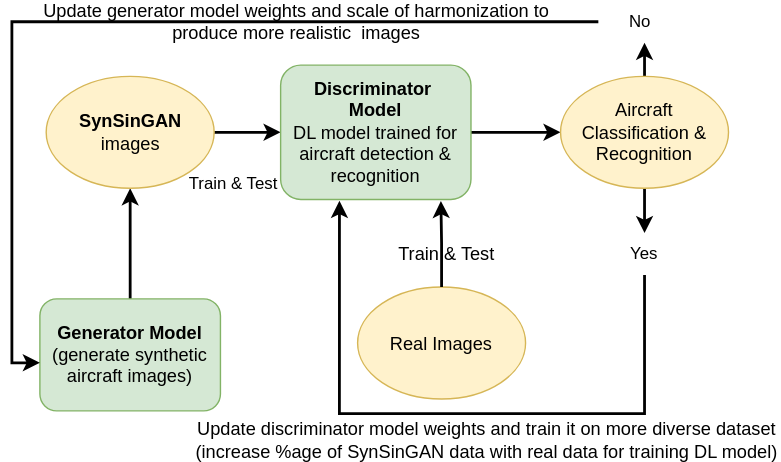
Faryalaurooj/Super-Resolution-using-Single-Image-GAN keeps this draw.io diagram as flowdiagram.svg. Above is the earlier version. Source tidied: cells renumbered, new cells last; positions are measured from the earlier drawing's top-left corner, leaving out a move shared by most shapes.
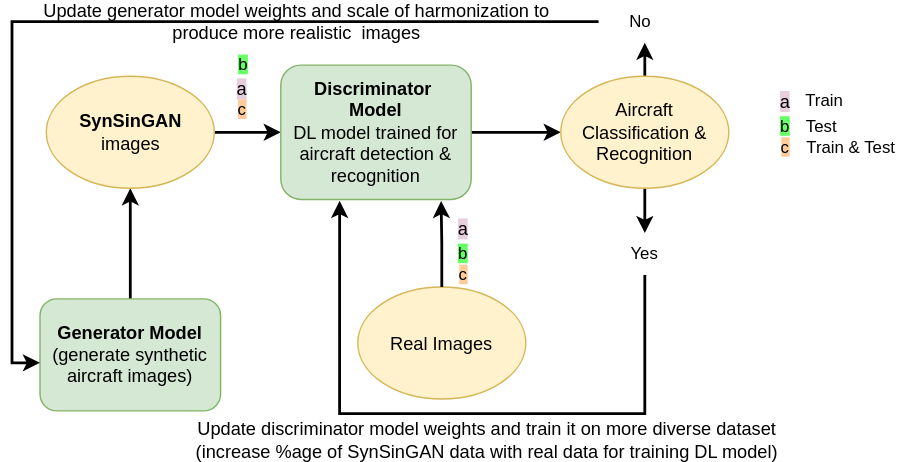
Later version of the same file.

Change to the diagram source:
```diff
@@ -2,63 +2,63 @@
   <root>
     <mxCell id="0" />
     <mxCell id="1" parent="0" />
+    <mxCell id="21" style="group;" parent="1" vertex="1">
+      <mxGeometry width="632" height="329" as="geometry" />
+    </mxCell>
-    <mxCell id="2" style="edgeStyle=orthogonalEdgeStyle;rounded=0;jettySize=auto;html=1;exitX=0.5;exitY=0;exitDx=0;exitDy=0;entryX=0.5;entryY=1;entryDx=0;entryDy=0;strokeWidth=2;" parent="1" edge="1" source="3" target="5">
+    <mxCell id="2" style="edgeStyle=orthogonalEdgeStyle;rounded=0;jettySize=auto;html=1;exitX=0.5;exitY=0;exitDx=0;exitDy=0;entryX=0.5;entryY=1;entryDx=0;entryDy=0;strokeWidth=2;" parent="21" edge="1" source="3" target="5">
       <mxGeometry relative="1" as="geometry" />
     </mxCell>
-    <mxCell id="3" value="&lt;div style=&quot;font-size: 13px;&quot;&gt;&lt;font style=&quot;font-size: 13px;&quot;&gt;&lt;b&gt;Generator Model&lt;/b&gt;&lt;/font&gt;&lt;/div&gt;&lt;div style=&quot;font-size: 13px;&quot;&gt;&lt;font style=&quot;font-size: 13px;&quot;&gt;(generate synthetic aircraft images)&lt;/font&gt;&lt;br&gt;&lt;/div&gt;" style="rounded=1;whiteSpace=wrap;html=1;fillColor=#d5e8d4;strokeColor=#82b366;" parent="1" vertex="1">
+    <mxCell id="3" value="&lt;div style=&quot;font-size: 13px;&quot;&gt;&lt;font style=&quot;font-size: 13px;&quot;&gt;&lt;b&gt;Generator Model&lt;/b&gt;&lt;/font&gt;&lt;/div&gt;&lt;div style=&quot;font-size: 13px;&quot;&gt;&lt;font style=&quot;font-size: 13px;&quot;&gt;(generate synthetic aircraft images)&lt;/font&gt;&lt;br&gt;&lt;/div&gt;" style="rounded=1;whiteSpace=wrap;html=1;fillColor=#d5e8d4;strokeColor=#82b366;" parent="21" vertex="1">
       <mxGeometry x="13" y="213" width="129" height="80" as="geometry" />
     </mxCell>
-    <mxCell id="4" style="edgeStyle=orthogonalEdgeStyle;rounded=0;jettySize=auto;html=1;strokeWidth=2;" parent="1" edge="1" source="5" target="7">
+    <mxCell id="4" style="edgeStyle=orthogonalEdgeStyle;rounded=0;jettySize=auto;html=1;strokeWidth=2;" parent="21" edge="1" source="5" target="7">
       <mxGeometry relative="1" as="geometry" />
     </mxCell>
-    <mxCell id="5" value="&lt;font style=&quot;font-size: 13px;&quot;&gt;&lt;b&gt;SynSinGAN&lt;/b&gt; images&lt;/font&gt;" style="ellipse;whiteSpace=wrap;html=1;fillColor=#fff2cc;strokeColor=#d6b656;" parent="1" vertex="1">
+    <mxCell id="5" value="&lt;font style=&quot;font-size: 13px;&quot;&gt;&lt;b&gt;SynSinGAN&lt;/b&gt; images&lt;/font&gt;" style="ellipse;whiteSpace=wrap;html=1;fillColor=#fff2cc;strokeColor=#d6b656;" parent="21" vertex="1">
       <mxGeometry x="17.5" y="54" width="120" height="80" as="geometry" />
     </mxCell>
-    <mxCell id="6" style="edgeStyle=orthogonalEdgeStyle;rounded=0;jettySize=auto;html=1;entryX=0;entryY=0.5;entryDx=0;entryDy=0;strokeWidth=2;" parent="1" edge="1" source="7" target="11">
+    <mxCell id="6" style="edgeStyle=orthogonalEdgeStyle;rounded=0;jettySize=auto;html=1;entryX=0;entryY=0.5;entryDx=0;entryDy=0;strokeWidth=2;" parent="21" edge="1" source="7" target="11">
       <mxGeometry relative="1" as="geometry" />
     </mxCell>
-    <mxCell id="7" value="&lt;div style=&quot;font-size: 13px;&quot;&gt;&lt;b&gt;&lt;font style=&quot;font-size: 13px;&quot;&gt;Discriminator&amp;nbsp;&lt;/font&gt;&lt;/b&gt;&lt;/div&gt;&lt;div style=&quot;font-size: 13px;&quot;&gt;&lt;b&gt;&lt;font style=&quot;font-size: 13px;&quot;&gt;Model&lt;/font&gt;&lt;/b&gt;&lt;/div&gt;&lt;div style=&quot;font-size: 13px;&quot;&gt;&lt;font style=&quot;font-size: 13px;&quot;&gt;DL model trained for aircraft detection &amp;amp; recognition&lt;/font&gt;&lt;b&gt;&lt;font style=&quot;font-size: 13px;&quot;&gt;&lt;br&gt;&lt;/font&gt;&lt;/b&gt;&lt;/div&gt;" style="rounded=1;whiteSpace=wrap;html=1;fillColor=#d5e8d4;strokeColor=#82b366;" parent="1" vertex="1">
+    <mxCell id="7" value="&lt;div style=&quot;font-size: 13px;&quot;&gt;&lt;b&gt;&lt;font style=&quot;font-size: 13px;&quot;&gt;Discriminator&amp;nbsp;&lt;/font&gt;&lt;/b&gt;&lt;/div&gt;&lt;div style=&quot;font-size: 13px;&quot;&gt;&lt;b&gt;&lt;font style=&quot;font-size: 13px;&quot;&gt;Model&lt;/font&gt;&lt;/b&gt;&lt;/div&gt;&lt;div style=&quot;font-size: 13px;&quot;&gt;&lt;font style=&quot;font-size: 13px;&quot;&gt;DL model trained for aircraft detection &amp;amp; recognition&lt;/font&gt;&lt;b&gt;&lt;font style=&quot;font-size: 13px;&quot;&gt;&lt;br&gt;&lt;/font&gt;&lt;/b&gt;&lt;/div&gt;" style="rounded=1;whiteSpace=wrap;html=1;fillColor=#d5e8d4;strokeColor=#82b366;" parent="21" vertex="1">
       <mxGeometry x="185" y="46" width="136" height="96" as="geometry" />
     </mxCell>
-    <mxCell id="8" value="&lt;font style=&quot;font-size: 13px;&quot;&gt;Real Images&lt;/font&gt;" style="ellipse;whiteSpace=wrap;html=1;fillColor=#fff2cc;strokeColor=#d6b656;" parent="1" vertex="1">
+    <mxCell id="8" value="&lt;font style=&quot;font-size: 13px;&quot;&gt;Real Images&lt;/font&gt;" style="ellipse;whiteSpace=wrap;html=1;fillColor=#fff2cc;strokeColor=#d6b656;" parent="21" vertex="1">
       <mxGeometry x="240" y="204.5" width="120" height="80" as="geometry" />
     </mxCell>
-    <mxCell id="9" style="edgeStyle=orthogonalEdgeStyle;rounded=0;jettySize=auto;html=1;exitX=0.5;exitY=0;exitDx=0;exitDy=0;strokeWidth=2;" parent="1" edge="1" source="11">
+    <mxCell id="9" style="edgeStyle=orthogonalEdgeStyle;rounded=0;jettySize=auto;html=1;exitX=0.5;exitY=0;exitDx=0;exitDy=0;strokeWidth=2;" parent="21" edge="1" source="11">
       <mxGeometry relative="1" as="geometry">
         <mxPoint x="445" y="30" as="targetPoint" />
       </mxGeometry>
     </mxCell>
-    <mxCell id="10" style="edgeStyle=orthogonalEdgeStyle;rounded=0;jettySize=auto;html=1;exitX=0.5;exitY=1;exitDx=0;exitDy=0;entryX=0.5;entryY=0;entryDx=0;entryDy=0;strokeWidth=2;" parent="1" edge="1" source="11" target="12">
+    <mxCell id="10" style="edgeStyle=orthogonalEdgeStyle;rounded=0;jettySize=auto;html=1;exitX=0.5;exitY=1;exitDx=0;exitDy=0;entryX=0.5;entryY=0;entryDx=0;entryDy=0;strokeWidth=2;" parent="21" edge="1" source="11" target="12">
       <mxGeometry relative="1" as="geometry" />
     </mxCell>
-    <mxCell id="11" value="&lt;font style=&quot;font-size: 13px;&quot;&gt;Aircraft Classification &amp;amp; Recognition&lt;/font&gt;" style="ellipse;whiteSpace=wrap;html=1;fillColor=#fff2cc;strokeColor=#d6b656;" parent="1" vertex="1">
+    <mxCell id="11" value="&lt;font style=&quot;font-size: 13px;&quot;&gt;Aircraft Classification &amp;amp; Recognition&lt;/font&gt;" style="ellipse;whiteSpace=wrap;html=1;fillColor=#fff2cc;strokeColor=#d6b656;" parent="21" vertex="1">
       <mxGeometry x="385" y="54" width="120" height="80" as="geometry" />
     </mxCell>
-    <mxCell id="12" value="Yes" style="text;html=1;align=center;verticalAlign=middle;whiteSpace=wrap;rounded=0;" parent="1" vertex="1">
+    <mxCell id="12" value="Yes" style="text;html=1;align=center;verticalAlign=middle;whiteSpace=wrap;rounded=0;" parent="21" vertex="1">
       <mxGeometry x="415" y="166" width="60" height="30" as="geometry" />
     </mxCell>
-    <mxCell id="13" value="No" style="text;html=1;align=center;verticalAlign=middle;whiteSpace=wrap;rounded=0;strokeWidth=2;" parent="1" vertex="1">
+    <mxCell id="13" value="No" style="text;html=1;align=center;verticalAlign=middle;whiteSpace=wrap;rounded=0;strokeWidth=2;" parent="21" vertex="1">
       <mxGeometry x="412" width="60" height="30" as="geometry" />
     </mxCell>
-    <mxCell id="14" value="&lt;font style=&quot;font-size: 13px;&quot;&gt;&amp;nbsp;Train &amp;amp; Test&lt;br&gt;&lt;/font&gt;" style="text;html=1;align=center;verticalAlign=middle;whiteSpace=wrap;rounded=0;" parent="1" vertex="1">
-      <mxGeometry x="258" y="166" width="88" height="30" as="geometry" />
+    <mxCell id="14" value="&lt;font style=&quot;font-size: 13px; background-color: rgb(230, 208, 222);&quot;&gt;a&lt;/font&gt;" style="text;html=1;align=center;verticalAlign=middle;whiteSpace=wrap;rounded=0;" parent="21" vertex="1">
+      <mxGeometry x="306" y="154" width="19" height="18" as="geometry" />
     </mxCell>
-    <mxCell id="15" value="Train &amp;amp; Test" style="text;html=1;align=center;verticalAlign=middle;whiteSpace=wrap;rounded=0;" parent="1" vertex="1">
-      <mxGeometry x="112" y="116" width="79" height="30" as="geometry" />
-    </mxCell>
-    <mxCell id="16" style="edgeStyle=orthogonalEdgeStyle;rounded=0;jettySize=auto;html=1;entryX=0;entryY=0.571;entryDx=0;entryDy=0;entryPerimeter=0;strokeWidth=2;" parent="1" edge="1" source="13" target="3">
+    <mxCell id="16" style="edgeStyle=orthogonalEdgeStyle;rounded=0;jettySize=auto;html=1;entryX=0;entryY=0.571;entryDx=0;entryDy=0;entryPerimeter=0;strokeWidth=2;" parent="21" edge="1" source="13" target="3">
       <mxGeometry relative="1" as="geometry" />
     </mxCell>
-    <mxCell id="17" value="&lt;font style=&quot;font-size: 13px;&quot;&gt;Update generator model weights and scale of harmonization to produce more realistic&amp;nbsp; images&lt;/font&gt;" style="text;html=1;align=center;verticalAlign=middle;whiteSpace=wrap;rounded=0;strokeWidth=2;" parent="1" vertex="1">
+    <mxCell id="17" value="&lt;font style=&quot;font-size: 13px;&quot;&gt;Update generator model weights and scale of harmonization to produce more realistic&amp;nbsp; images&lt;/font&gt;" style="text;html=1;align=center;verticalAlign=middle;whiteSpace=wrap;rounded=0;strokeWidth=2;" parent="21" vertex="1">
       <mxGeometry width="393" height="30" as="geometry" />
     </mxCell>
-    <mxCell id="18" value="&lt;font style=&quot;font-size: 13px;&quot;&gt;Update discriminator model weights and train it on more diverse dataset (increase %age of SynSinGAN data with real data for training DL model)&lt;/font&gt;" style="text;html=1;align=center;verticalAlign=middle;whiteSpace=wrap;rounded=0;rotation=0;" parent="1" vertex="1">
+    <mxCell id="18" value="&lt;font style=&quot;font-size: 13px;&quot;&gt;Update discriminator model weights and train it on more diverse dataset (increase %age of SynSinGAN data with real data for training DL model)&lt;/font&gt;" style="text;html=1;align=center;verticalAlign=middle;whiteSpace=wrap;rounded=0;rotation=0;" parent="21" vertex="1">
       <mxGeometry x="122" y="299" width="421" height="30" as="geometry" />
     </mxCell>
-    <mxCell id="19" style="edgeStyle=orthogonalEdgeStyle;rounded=0;jettySize=auto;html=1;exitX=0.5;exitY=0;exitDx=0;exitDy=0;entryX=0.842;entryY=1.011;entryDx=0;entryDy=0;entryPerimeter=0;strokeWidth=2;" parent="1" edge="1" source="8" target="7">
+    <mxCell id="19" style="edgeStyle=orthogonalEdgeStyle;rounded=0;jettySize=auto;html=1;exitX=0.5;exitY=0;exitDx=0;exitDy=0;entryX=0.842;entryY=1.011;entryDx=0;entryDy=0;entryPerimeter=0;strokeWidth=2;" parent="21" edge="1" source="8" target="7">
       <mxGeometry relative="1" as="geometry" />
     </mxCell>
-    <mxCell id="20" style="edgeStyle=orthogonalEdgeStyle;rounded=0;jettySize=auto;html=1;entryX=0.309;entryY=1.01;entryDx=0;entryDy=0;entryPerimeter=0;strokeWidth=2;" parent="1" edge="1" source="12" target="7">
+    <mxCell id="20" style="edgeStyle=orthogonalEdgeStyle;rounded=0;jettySize=auto;html=1;entryX=0.309;entryY=1.01;entryDx=0;entryDy=0;entryPerimeter=0;strokeWidth=2;" parent="21" edge="1" source="12" target="7">
       <mxGeometry relative="1" as="geometry">
         <Array as="points">
           <mxPoint x="445" y="295" />
@@ -66,5 +66,38 @@
         </Array>
       </mxGeometry>
     </mxCell>
+    <mxCell id="22" value="&lt;span style=&quot;background-color: rgb(102, 255, 102);&quot;&gt;b&lt;/span&gt;" style="text;html=1;align=center;verticalAlign=middle;whiteSpace=wrap;rounded=0;" parent="21" vertex="1">
+      <mxGeometry x="306" y="172" width="19" height="18" as="geometry" />
+    </mxCell>
+    <mxCell id="23" value="&lt;span style=&quot;background-color: rgb(255, 204, 153);&quot;&gt;c&lt;/span&gt;" style="text;html=1;align=center;verticalAlign=middle;whiteSpace=wrap;rounded=0;" parent="21" vertex="1">
+      <mxGeometry x="306" y="186.5" width="19" height="18" as="geometry" />
+    </mxCell>
+    <mxCell id="24" value="&lt;font style=&quot;font-size: 13px; background-color: rgb(230, 208, 222);&quot;&gt;a&lt;/font&gt;" style="text;html=1;align=center;verticalAlign=middle;whiteSpace=wrap;rounded=0;" parent="21" vertex="1">
+      <mxGeometry x="148" y="54" width="19" height="18" as="geometry" />
+    </mxCell>
+    <mxCell id="25" value="&lt;span style=&quot;background-color: rgb(255, 204, 153);&quot;&gt;c&lt;/span&gt;" style="text;html=1;align=center;verticalAlign=middle;whiteSpace=wrap;rounded=0;" parent="21" vertex="1">
+      <mxGeometry x="148" y="68.5" width="19" height="18" as="geometry" />
+    </mxCell>
+    <mxCell id="26" value="&lt;span style=&quot;background-color: rgb(102, 255, 102);&quot;&gt;b&lt;/span&gt;" style="text;html=1;align=center;verticalAlign=middle;whiteSpace=wrap;rounded=0;" parent="21" vertex="1">
+      <mxGeometry x="148" y="36" width="21" height="19" as="geometry" />
+    </mxCell>
+    <mxCell id="27" value="&lt;font style=&quot;font-size: 13px; background-color: rgb(230, 208, 222);&quot;&gt;a&lt;/font&gt;" style="text;html=1;align=center;verticalAlign=middle;whiteSpace=wrap;rounded=0;" parent="21" vertex="1">
+      <mxGeometry x="536" y="63" width="19" height="18" as="geometry" />
+    </mxCell>
+    <mxCell id="28" value="&lt;span style=&quot;background-color: rgb(255, 204, 153);&quot;&gt;c&lt;/span&gt;" style="text;html=1;align=center;verticalAlign=middle;whiteSpace=wrap;rounded=0;" parent="21" vertex="1">
+      <mxGeometry x="536" y="95.5" width="19" height="18" as="geometry" />
+    </mxCell>
+    <mxCell id="29" value="&lt;span style=&quot;background-color: rgb(102, 255, 102);&quot;&gt;b&lt;/span&gt;" style="text;html=1;align=center;verticalAlign=middle;whiteSpace=wrap;rounded=0;" parent="21" vertex="1">
+      <mxGeometry x="536" y="81" width="19" height="18" as="geometry" />
+    </mxCell>
+    <mxCell id="30" value="Train " style="text;html=1;align=center;verticalAlign=middle;strokeColor=none;fillColor=none;" parent="21" vertex="1">
+      <mxGeometry x="551" y="59" width="44" height="26" as="geometry" />
+    </mxCell>
+    <mxCell id="31" value="Test" style="text;html=1;align=center;verticalAlign=middle;strokeColor=none;fillColor=none;" parent="21" vertex="1">
+      <mxGeometry x="551" y="77" width="40" height="26" as="geometry" />
+    </mxCell>
+    <mxCell id="15" value="Train &amp;amp; Test" style="text;html=1;align=center;verticalAlign=middle;strokeColor=none;fillColor=none;" parent="21" vertex="1">
+      <mxGeometry x="551" y="91.5" width="81" height="26" as="geometry" />
+    </mxCell>
   </root>
 </mxGraphModel>
```
